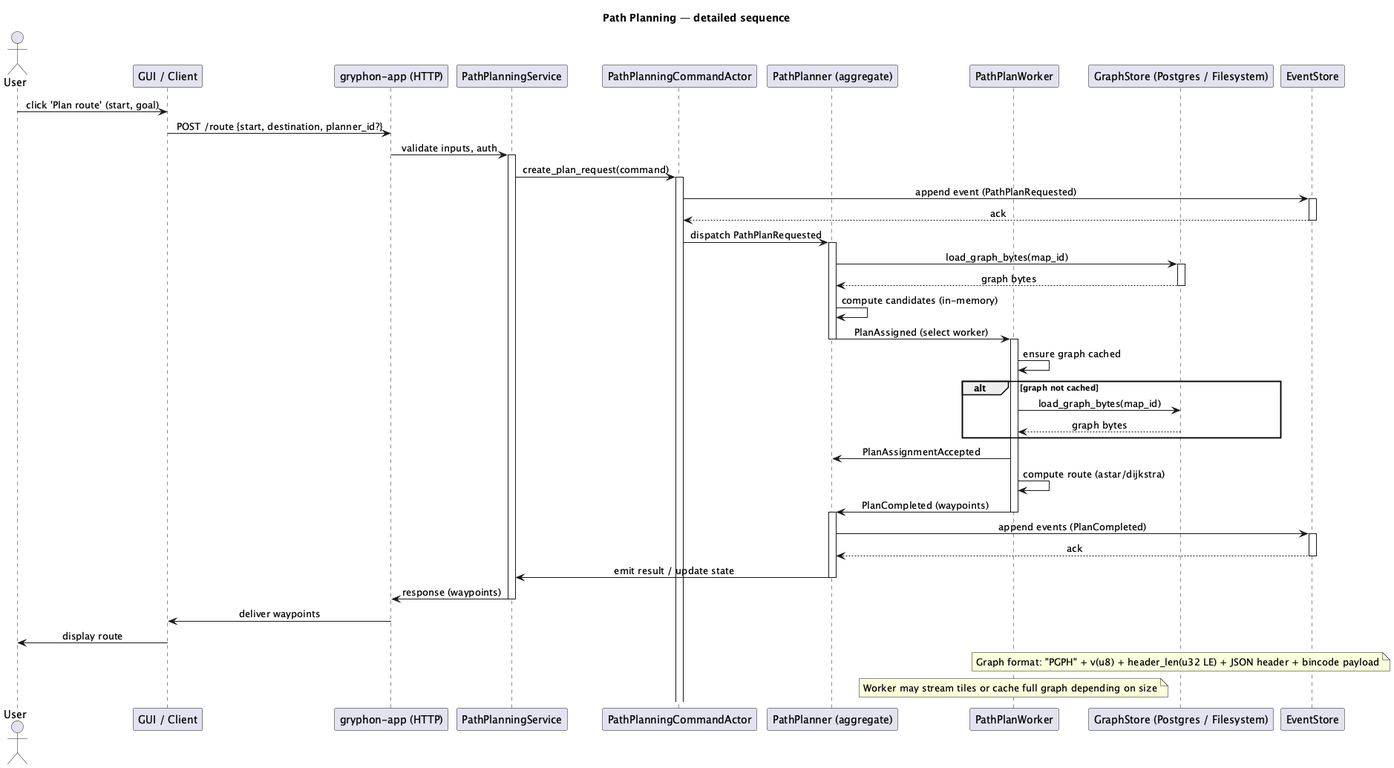
eikeschumann971/gryphon-app keeps this PlantUML diagram as docs/diagrams/path_planning_sequence_detailed.png. Above is the earlier version. Its source is kept beside it as docs/diagrams/path_planning_sequence_detailed.puml.
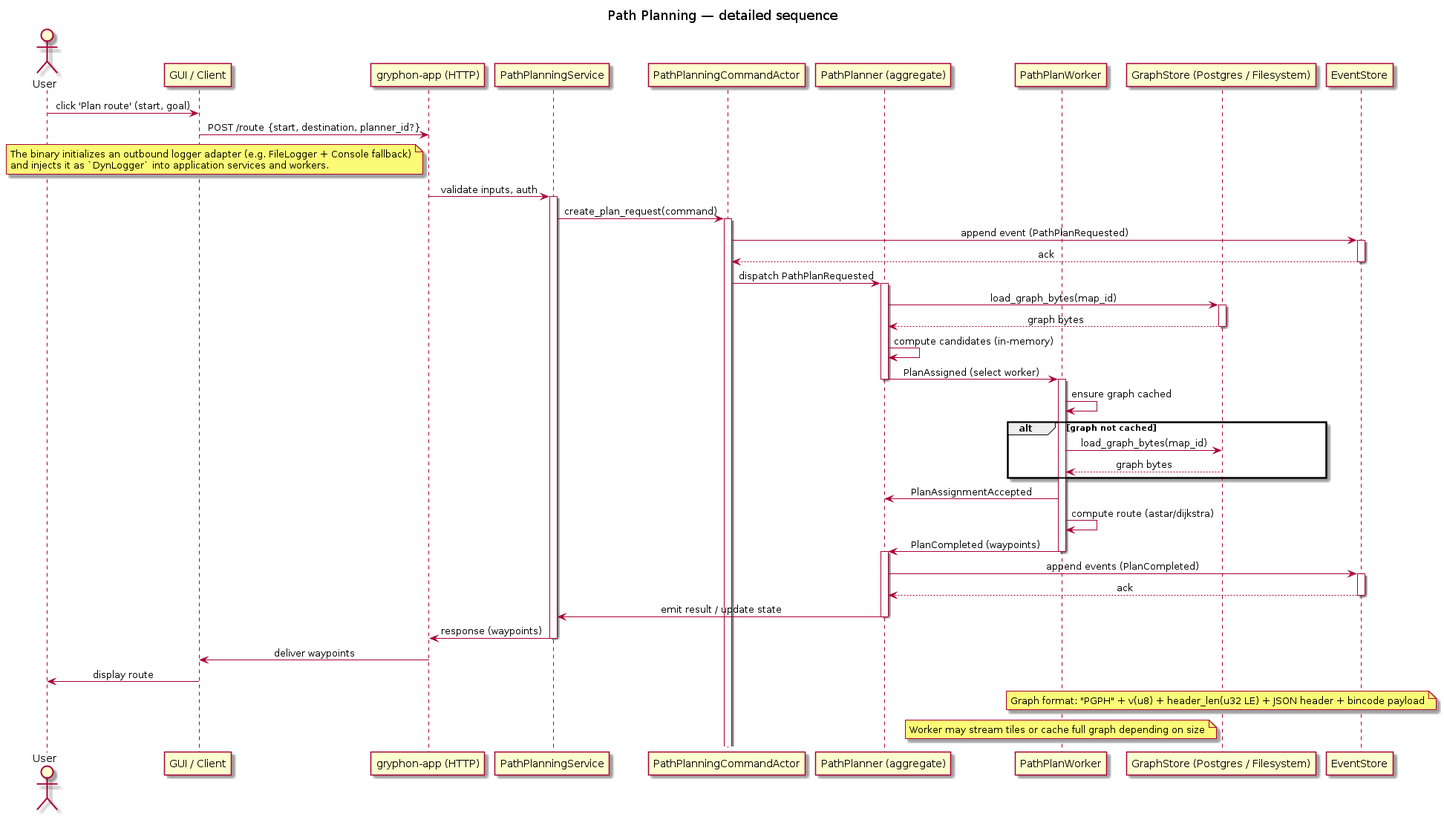
The same file after the commit.

Diff of the diagram source:
```diff
@@ -13,6 +13,10 @@
 
 User -> GUI: click 'Plan route' (start, goal)
 GUI -> API: POST /route {start, destination, planner_id?}
+note left of API
+  The binary initializes an outbound logger adapter (e.g. FileLogger + Console fallback)
+  and injects it as `DynLogger` into application services and workers.
+end note
 API -> Service: validate inputs, auth
 activate Service
 Service -> CommandActor: create_plan_request(command)
```
